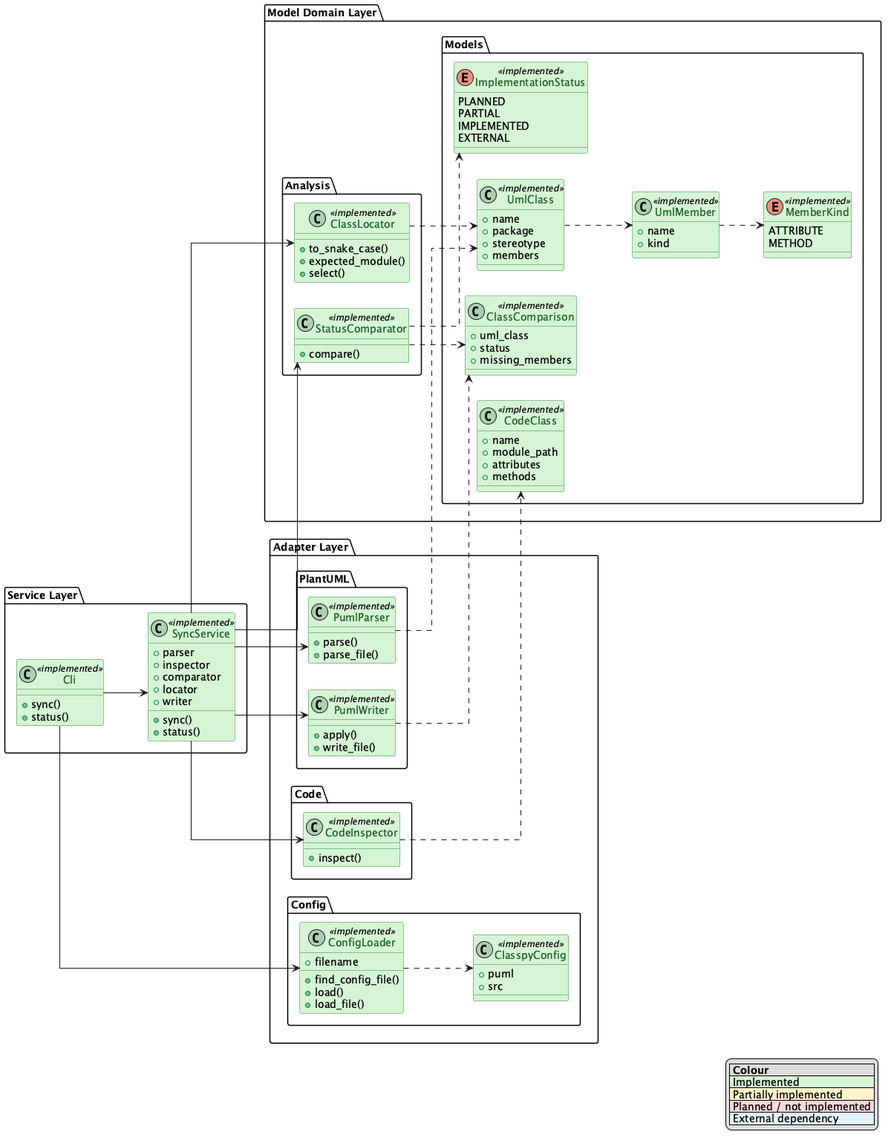
This is docs/class.png from GuilhermeCosta-Ferreira/ClassyPython, a PlantUML export, as it was before one commit.
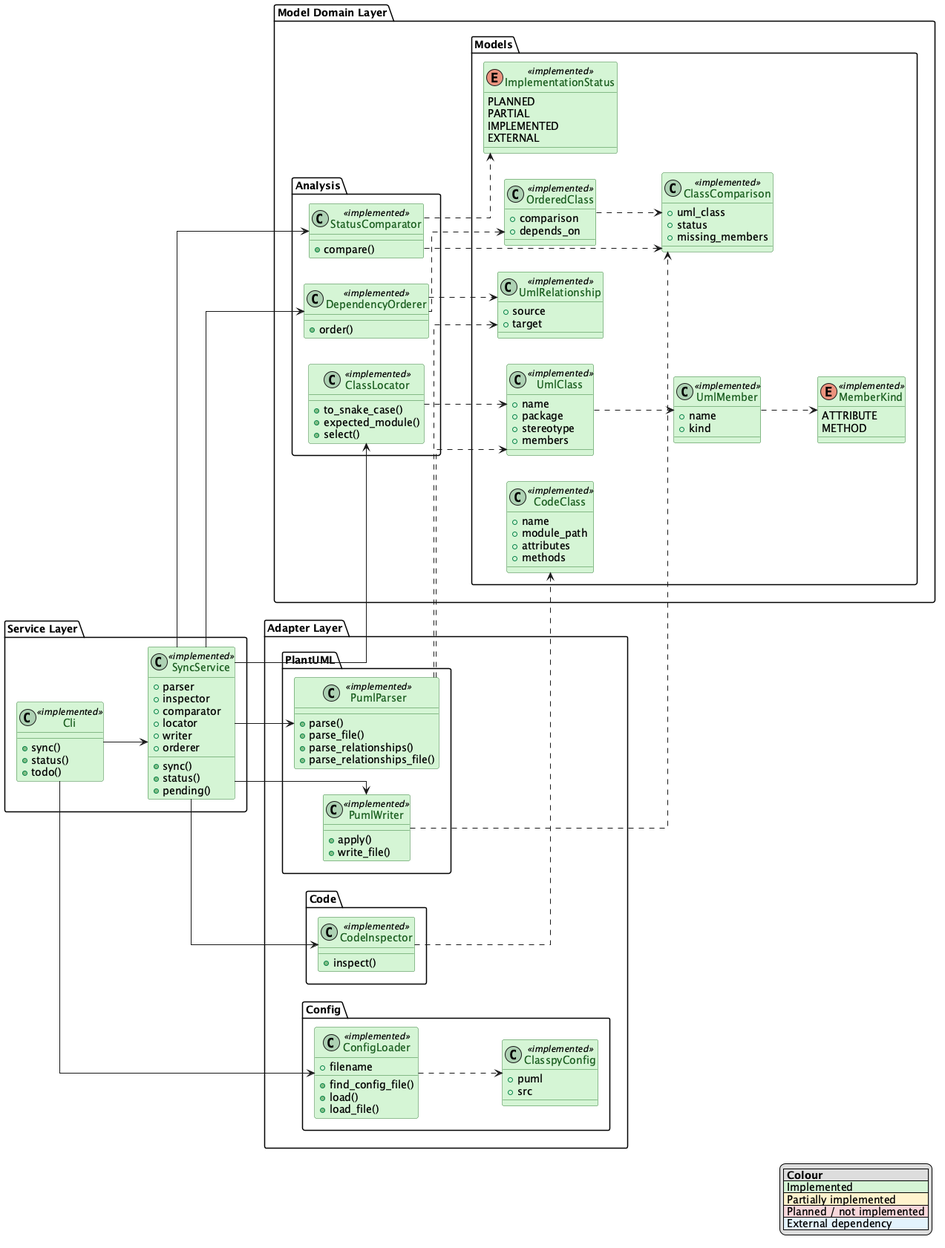
The same file after the commit.

Commit message:
docs: document \todo, dogfood it in class.puml, add command checklist

What changed in the source:
```diff
@@ -38,14 +38,17 @@
         +comparator
         +locator
         +writer
+        +orderer
         +sync()
         +status()
+        +pending()
     }
 
 
     class Cli <<implemented>> {
         +sync()
         +status()
+        +todo()
     }
     Cli --> SyncService
 }
@@ -97,6 +100,17 @@
             +status
             +missing_members
         }
+
+        class UmlRelationship <<implemented>> {
+            +source
+            +target
+        }
+
+        class OrderedClass <<implemented>> {
+            +comparison
+            +depends_on
+        }
+        OrderedClass ..> ClassComparison
     }
 
     package "Analysis" {
@@ -113,6 +127,12 @@
             +select()
         }
         ClassLocator ..> UmlClass
+
+        class DependencyOrderer <<implemented>> {
+            +order()
+        }
+        DependencyOrderer ..> OrderedClass
+        DependencyOrderer ..> UmlRelationship
     }
 }
 
@@ -125,6 +145,8 @@
         class PumlParser <<implemented>> {
             +parse()
             +parse_file()
+            +parse_relationships()
+            +parse_relationships_file()
         }
         PumlParser ..> UmlClass
 
@@ -167,6 +189,9 @@
 SyncService --> StatusComparator
 SyncService --> ClassLocator
 SyncService --> PumlWriter
+SyncService --> DependencyOrderer
+
+PumlParser ..> UmlRelationship
 
 Cli --> ConfigLoader
 
```
